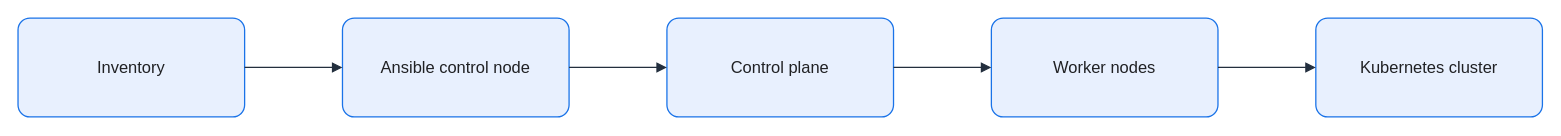
The draw.io diagram assets/img/iac/ansible-kubernetes-bootstrap.drawio in KKamJi98/kkamji98.github.io, before the edit. Source tidied: cells renumbered, new cells numbered last; positions are measured from the earlier drawing's top-left corner, leaving out a move shared by most shapes. Both pictures are drawn from the tidied source at 103%, with x=0, y=0 at pixel (18, 18).
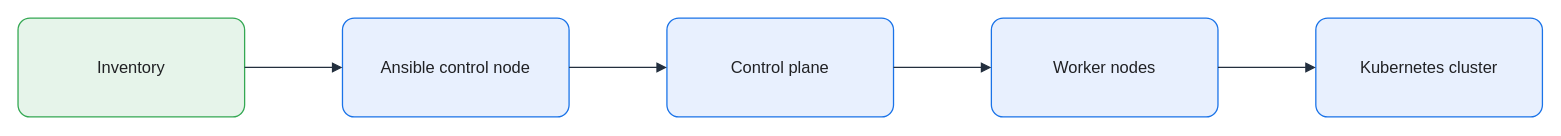
Above is the later version.

Change to the diagram source:
```diff
@@
 <mxGraphModel background="#FFFFFF">
   <root>
     <mxCell id="0" />
     <mxCell id="1" parent="0" />
-    <mxCell id="2" value="Inventory" style="rounded=1;arcSize=12;whiteSpace=wrap;html=0;fillColor=#E8F0FE;strokeColor=#1A73E8;strokeWidth=1.25;fontColor=#202124;fontSize=16;align=center;verticalAlign=middle;spacing=8;shadow=0;" parent="1" vertex="1">
+    <mxCell id="2" value="Inventory" style="rounded=1;arcSize=12;whiteSpace=wrap;html=0;fillColor=#E6F4EA;strokeColor=#34A853;strokeWidth=1.25;fontColor=#202124;fontSize=16;align=center;verticalAlign=middle;spacing=8;shadow=0;" parent="1" vertex="1">
       <mxGeometry width="220" height="96" as="geometry" />
     </mxCell>
     <mxCell id="3" value="Ansible control node" style="rounded=1;arcSize=12;whiteSpace=wrap;html=0;fillColor=#E8F0FE;strokeColor=#1A73E8;strokeWidth=1.25;fontColor=#202124;fontSize=16;align=center;verticalAlign=middle;spacing=8;shadow=0;" parent="1" vertex="1">
       <mxGeometry x="315" width="220" height="96" as="geometry" />
     </mxCell>
     <mxCell id="4" value="Control plane" style="rounded=1;arcSize=12;whiteSpace=wrap;html=0;fillColor=#E8F0FE;strokeColor=#1A73E8;strokeWidth=1.25;fontColor=#202124;fontSize=16;align=center;verticalAlign=middle;spacing=8;shadow=0;" parent="1" vertex="1">
       <mxGeometry x="630" width="220" height="96" as="geometry" />
     </mxCell>
     <mxCell id="5" value="Worker nodes" style="rounded=1;arcSize=12;whiteSpace=wrap;html=0;fillColor=#E8F0FE;strokeColor=#1A73E8;strokeWidth=1.25;fontColor=#202124;fontSize=16;align=center;verticalAlign=middle;spacing=8;shadow=0;" parent="1" vertex="1">
       <mxGeometry x="945" width="220" height="96" as="geometry" />
     </mxCell>
     <mxCell id="6" value="Kubernetes cluster" style="rounded=1;arcSize=12;whiteSpace=wrap;html=0;fillColor=#E8F0FE;strokeColor=#1A73E8;strokeWidth=1.25;fontColor=#202124;fontSize=16;align=center;verticalAlign=middle;spacing=8;shadow=0;" parent="1" vertex="1">
       <mxGeometry x="1260" width="220" height="96" as="geometry" />
     </mxCell>
     <mxCell id="7" style="edgeStyle=orthogonalEdgeStyle;rounded=0;jettySize=auto;html=0;endArrow=block;endFill=1;strokeColor=#232F3E;strokeWidth=1.25;fontColor=#202124;labelBackgroundColor=none;exitX=1;exitY=0.5;exitDx=0;exitDy=0;entryX=0;entryY=0.5;entryDx=0;entryDy=0;endSize=7;" parent="1" edge="1" source="2" target="3">
       <mxGeometry relative="1" as="geometry" />
     </mxCell>
     <mxCell id="8" style="edgeStyle=orthogonalEdgeStyle;rounded=0;jettySize=auto;html=0;endArrow=block;endFill=1;strokeColor=#232F3E;strokeWidth=1.25;fontColor=#202124;labelBackgroundColor=none;exitX=1;exitY=0.5;exitDx=0;exitDy=0;entryX=0;entryY=0.5;entryDx=0;entryDy=0;endSize=7;" parent="1" edge="1" source="3" target="4">
       <mxGeometry relative="1" as="geometry" />
     </mxCell>
     <mxCell id="9" style="edgeStyle=orthogonalEdgeStyle;rounded=0;jettySize=auto;html=0;endArrow=block;endFill=1;strokeColor=#232F3E;strokeWidth=1.25;fontColor=#202124;labelBackgroundColor=none;exitX=1;exitY=0.5;exitDx=0;exitDy=0;entryX=0;entryY=0.5;entryDx=0;entryDy=0;endSize=7;" parent="1" edge="1" source="4" target="5">
       <mxGeometry relative="1" as="geometry" />
     </mxCell>
     <mxCell id="10" style="edgeStyle=orthogonalEdgeStyle;rounded=0;jettySize=auto;html=0;endArrow=block;endFill=1;strokeColor=#232F3E;strokeWidth=1.25;fontColor=#202124;labelBackgroundColor=none;exitX=1;exitY=0.5;exitDx=0;exitDy=0;entryX=0;entryY=0.5;entryDx=0;entryDy=0;endSize=7;" parent="1" edge="1" source="5" target="6">
       <mxGeometry relative="1" as="geometry" />
     </mxCell>
   </root>
 </mxGraphModel>
```
